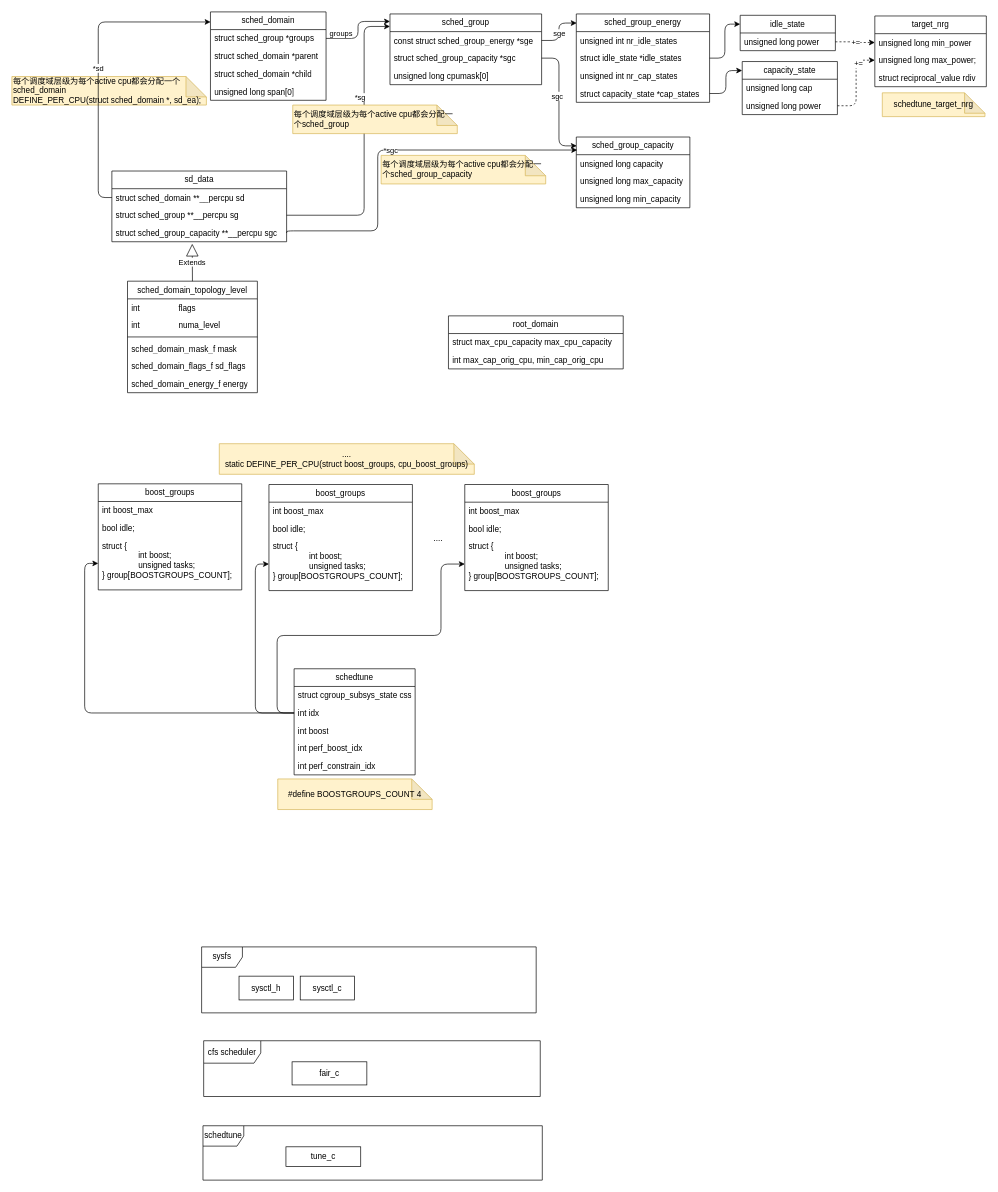
The draw.io diagram schedtune.drawio in jasonactions/graph, before the edit. Source tidied: cells renumbered, new cells numbered last; positions are measured from the earlier drawing's top-left corner, leaving out a move shared by most shapes. Both pictures are drawn from the tidied source at 68%, with x=0, y=0 at pixel (12, 12).
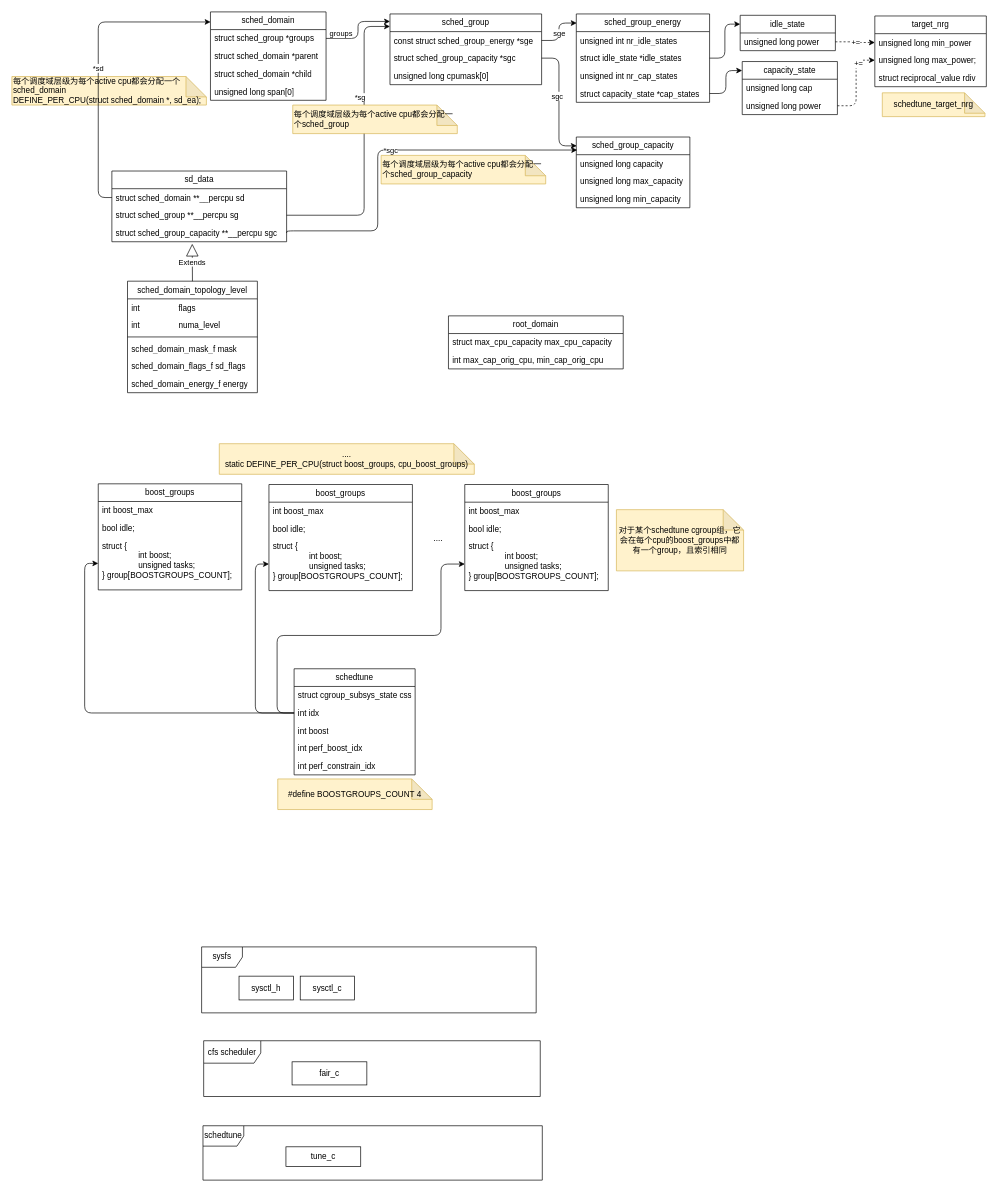
Above is the later version.

Diff of the diagram source:
```diff
@@
+    <mxCell id="97" value="对于某个schedtune cgroup组，它会在每个cpu的boost_groups中都有一个group，且索引相同" style="shape=note;whiteSpace=wrap;html=1;backgroundOutline=1;darkOpacity=0.05;fillColor=#fff2cc;strokeColor=#d6b656;" parent="1" vertex="1">
+      <mxGeometry x="889" y="732" width="187" height="90" as="geometry" />
+    </mxCell>
```
